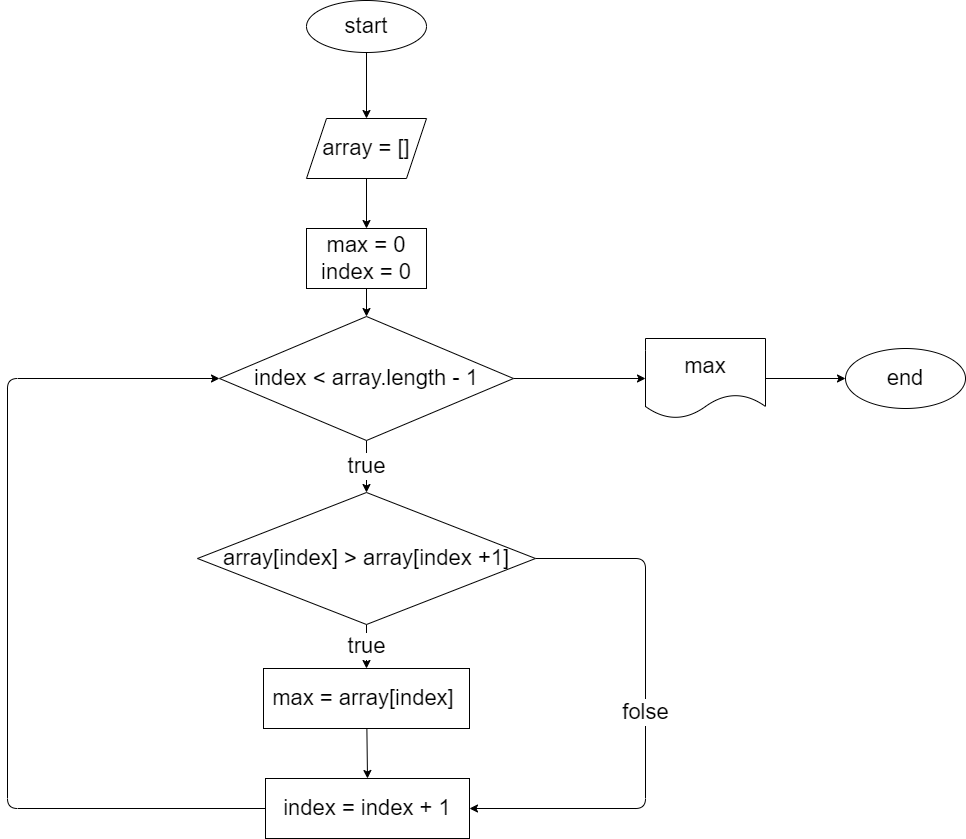
Before: task_2/diagram2.drawio.png, a diagram exported from draw.io (Kir017/-). Source tidied: cells renumbered, new cells last; positions are measured from the earlier drawing's top-left corner, leaving out a move shared by most shapes.
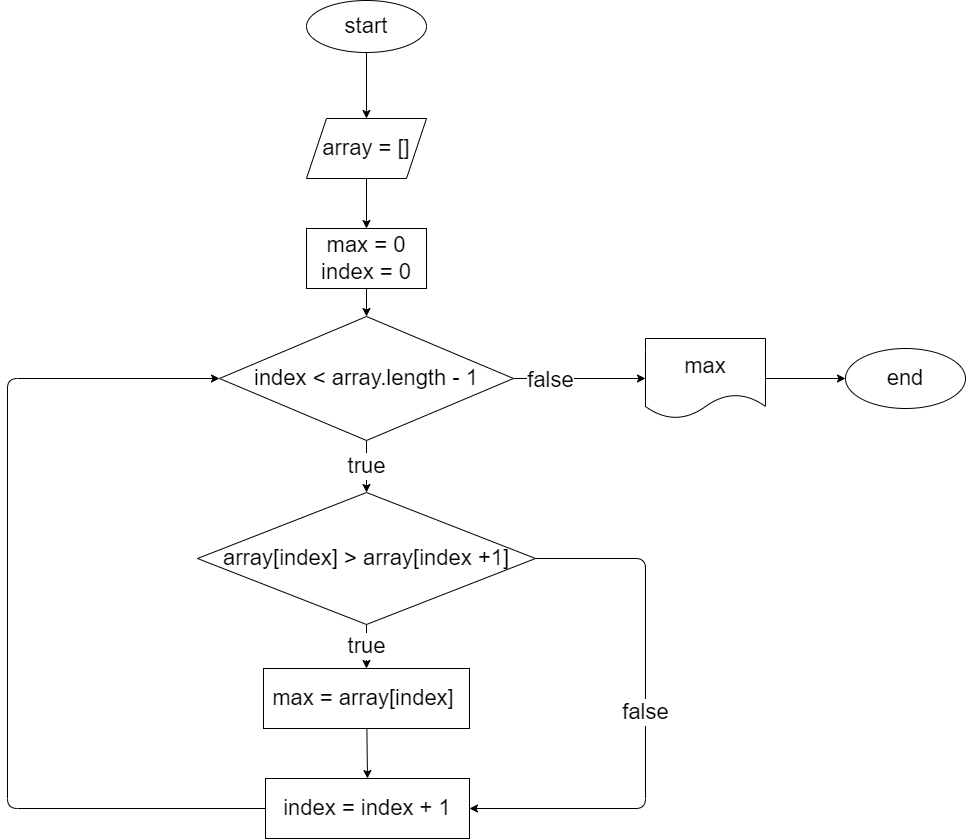
After the change.

What changed in the source:
```diff
@@ -30,13 +30,16 @@
         <mxPoint x="638" y="378" as="targetPoint" />
       </mxGeometry>
     </mxCell>
+    <mxCell id="21" value="&lt;span style=&quot;font-size: 22px&quot;&gt;false&lt;/span&gt;" style="edgeLabel;html=1;align=center;verticalAlign=middle;" parent="9" vertex="1">
+      <mxGeometry x="-0.45" y="-1" relative="1" as="geometry" />
+    </mxCell>
     <mxCell id="10" value="index &amp;lt; array.length - 1" style="rhombus;whiteSpace=wrap;html=1;fontSize=22;rounded=0;" parent="1" vertex="1">
       <mxGeometry x="212" y="316" width="294" height="124" as="geometry" />
     </mxCell>
     <mxCell id="11" value="true" style="edgeStyle=none;html=1;fontSize=22;" parent="1" edge="1" source="13" target="15">
       <mxGeometry relative="1" as="geometry" />
     </mxCell>
-    <mxCell id="12" value="&lt;font style=&quot;font-size: 22px&quot;&gt;folse&lt;/font&gt;" style="edgeStyle=none;html=1;exitX=1;exitY=0.5;exitDx=0;exitDy=0;entryX=1;entryY=0.5;entryDx=0;entryDy=0;" parent="1" edge="1" source="13" target="17">
+    <mxCell id="12" value="&lt;span style=&quot;font-size: 22px&quot;&gt;false&lt;/span&gt;" style="edgeStyle=none;html=1;exitX=1;exitY=0.5;exitDx=0;exitDy=0;entryX=1;entryY=0.5;entryDx=0;entryDy=0;" parent="1" edge="1" source="13" target="17">
       <mxGeometry x="-0.01" relative="1" as="geometry">
         <Array as="points">
           <mxPoint x="638" y="558" />
```
